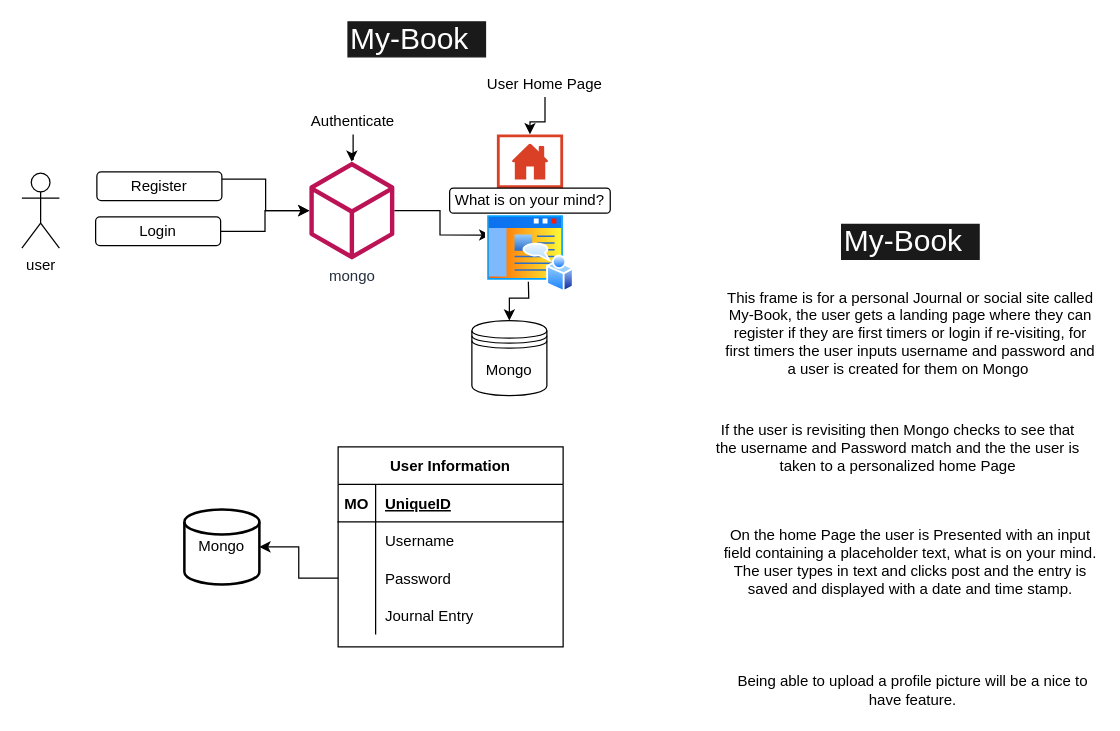
MichaelOsarumwense/WireFrames keeps this draw.io diagram as mongoMyBook.drawio. Above is the earlier version. Source tidied: cells renumbered, new cells numbered last; positions are measured from the earlier drawing's top-left corner, leaving out a move shared by most shapes. Both pictures are drawn from the tidied source at 125%, with x=0, y=0 at pixel (21, 21).
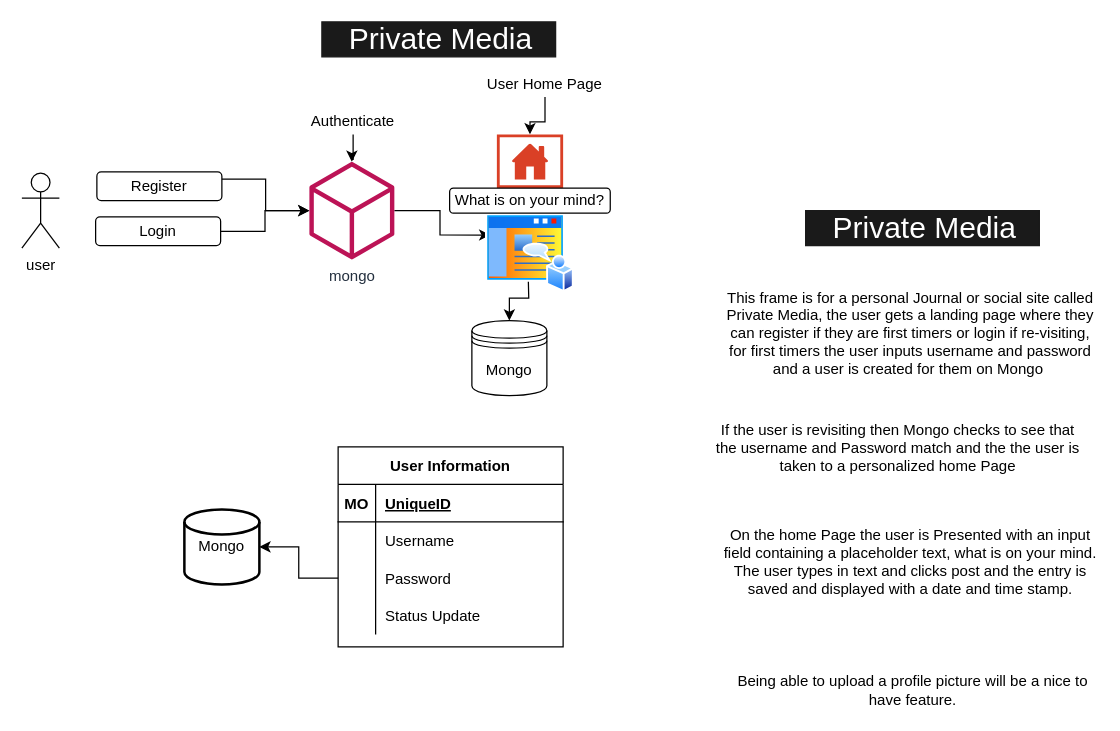
The same diagram, later.

Unchanged cells that the change refers to:
```xml
<mxCell id="29" style="shape=partialRectangle;fillColor=none;top=0;left=0;bottom=0;right=0;" parent="19" vertex="1">
  <mxGeometry y="120" width="180" height="30" as="geometry" />
</mxCell>
```

Change to the diagram source:
```diff
@@
-    <mxCell id="31" value="Journal Entry" style="shape=partialRectangle;fillColor=none;top=0;left=0;bottom=0;right=0;align=left;spacingLeft=6;overflow=hidden;" parent="29" vertex="1">
+    <mxCell id="31" value="Status Update" style="shape=partialRectangle;fillColor=none;top=0;left=0;bottom=0;right=0;align=left;spacingLeft=6;overflow=hidden;" parent="29" vertex="1">
       <mxGeometry x="30" width="150" height="30" as="geometry" />
     </mxCell>
@@
-    <mxCell id="33" value="This frame is for a personal Journal or social site called My-Book, the user gets a landing page where they can register if they are first timers or login if re-visiting, for first timers the user inputs username and password and a user is created for them on Mongo&amp;nbsp;" style="text;html=1;strokeColor=none;fillColor=none;align=center;verticalAlign=middle;whiteSpace=wrap;rounded=0;" parent="1" vertex="1">
+    <mxCell id="33" value="This frame is for a personal Journal or social site called Private Media, the user gets a landing page where they can register if they are first timers or login if re-visiting, for first timers the user inputs username and password and a user is created for them on Mongo&amp;nbsp;" style="text;html=1;strokeColor=none;fillColor=none;align=center;verticalAlign=middle;whiteSpace=wrap;rounded=0;" parent="1" vertex="1">
       <mxGeometry x="560" y="207" width="301.5" height="83" as="geometry" />
     </mxCell>
@@
-    <mxCell id="36" value="&lt;font style=&quot;font-size: 24px&quot;&gt;My-Book&lt;/font&gt;" style="whiteSpace=wrap;html=1;shadow=0;dashed=0;fontSize=10;align=left;fillColor=#1A1A1A;strokeColor=#1A1A1A;fontColor=#FFFFFF;" parent="1" vertex="1">
-      <mxGeometry x="260.9" width="110" height="28" as="geometry" />
+    <mxCell id="36" value="&lt;font style=&quot;font-size: 24px&quot;&gt;&amp;nbsp; &amp;nbsp;Private Media&lt;/font&gt;" style="whiteSpace=wrap;html=1;shadow=0;dashed=0;fontSize=10;align=left;fillColor=#1A1A1A;strokeColor=#1A1A1A;fontColor=#FFFFFF;" parent="1" vertex="1">
+      <mxGeometry x="240" width="187" height="28" as="geometry" />
     </mxCell>
-    <mxCell id="37" value="&lt;font style=&quot;font-size: 24px&quot;&gt;My-Book&lt;/font&gt;" style="whiteSpace=wrap;html=1;shadow=0;dashed=0;fontSize=10;align=left;fillColor=#1A1A1A;strokeColor=#1A1A1A;fontColor=#FFFFFF;" parent="1" vertex="1">
-      <mxGeometry x="655.8" y="162" width="110" height="28" as="geometry" />
-    </mxCell>
@@
+    <mxCell id="39" value="&lt;font style=&quot;font-size: 24px&quot;&gt;&amp;nbsp; &amp;nbsp;Private Media&lt;/font&gt;" style="whiteSpace=wrap;html=1;shadow=0;dashed=0;fontSize=10;align=left;fillColor=#1A1A1A;strokeColor=#1A1A1A;fontColor=#FFFFFF;" parent="1" vertex="1">
+      <mxGeometry x="627" y="151" width="187" height="28" as="geometry" />
+    </mxCell>
```
